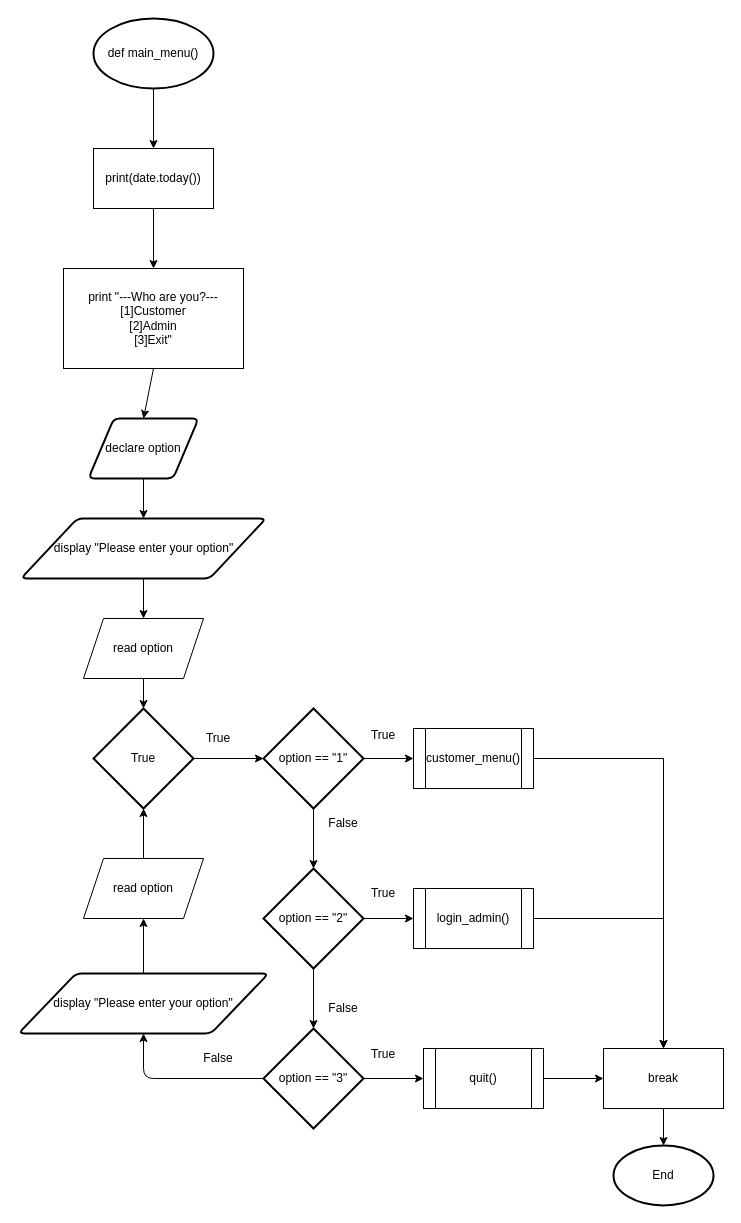
Above: page "main_menu()" (2 of 27) of Flowchart.drawio in LeeRenJie/python-assignment (draw.io), before the change. Source tidied: cells renumbered, new cells numbered last; positions are measured from the earlier drawing's top-left corner, leaving out a move shared by most shapes. Both pictures are drawn from the tidied source at 100%, with x=0, y=0 at pixel (18, 18).
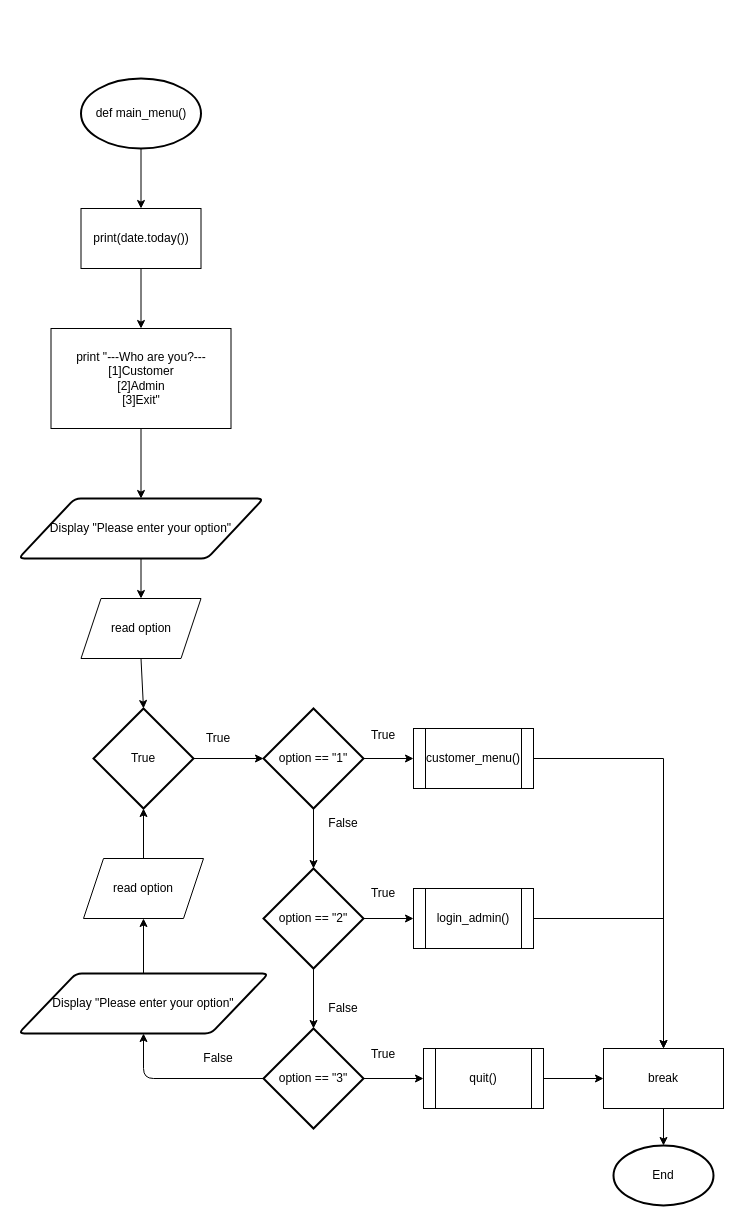
After the change.

The edit, as a diff of the source:
```diff
@@
     <mxCell id="2" value="def main_menu()" style="strokeWidth=2;html=1;shape=mxgraph.flowchart.start_1;whiteSpace=wrap;" parent="1" vertex="1">
-      <mxGeometry x="75" width="120" height="70" as="geometry" />
+      <mxGeometry x="62.5" y="60" width="120" height="70" as="geometry" />
     </mxCell>
@@
     <mxCell id="4" value="print(date.today())" style="rounded=0;whiteSpace=wrap;html=1;" parent="1" vertex="1">
-      <mxGeometry x="75" y="130" width="120" height="60" as="geometry" />
+      <mxGeometry x="62.5" y="190" width="120" height="60" as="geometry" />
     </mxCell>
+    <mxCell id="45" style="edgeStyle=orthogonalEdgeStyle;rounded=0;jettySize=auto;html=1;exitX=0.5;exitY=1;exitDx=0;exitDy=0;entryX=0.5;entryY=0;entryDx=0;entryDy=0;" parent="1" edge="1" source="5" target="34">
+      <mxGeometry relative="1" as="geometry" />
+    </mxCell>
     <mxCell id="5" value="print &quot;---Who are you?---&lt;br&gt;[1]Customer&lt;br&gt;[2]Admin&lt;br&gt;[3]Exit&quot;" style="rounded=0;whiteSpace=wrap;html=1;" parent="1" vertex="1">
-      <mxGeometry x="45" y="250" width="180" height="100" as="geometry" />
+      <mxGeometry x="32.5" y="310" width="180" height="100" as="geometry" />
     </mxCell>
     <mxCell id="6" value="read option" style="shape=parallelogram;perimeter=parallelogramPerimeter;whiteSpace=wrap;html=1;fixedSize=1;" parent="1" vertex="1">
-      <mxGeometry x="65" y="600" width="120" height="60" as="geometry" />
+      <mxGeometry x="62.5" y="580" width="120" height="60" as="geometry" />
     </mxCell>
@@
-    <mxCell id="27" style="endArrow=classic;html=1;exitX=0.5;exitY=1;exitDx=0;exitDy=0;entryX=0.5;entryY=0;entryDx=0;entryDy=0;" parent="1" edge="1" source="5" target="36">
-      <mxGeometry relative="1" as="geometry" />
-    </mxCell>
@@
-    <mxCell id="32" value="&lt;span&gt;display &quot;Please enter your option&quot;&lt;/span&gt;" style="shape=parallelogram;html=1;strokeWidth=2;perimeter=parallelogramPerimeter;whiteSpace=wrap;rounded=1;arcSize=12;size=0.23;fontSize=12;" parent="1" vertex="1">
+    <mxCell id="32" value="&lt;span&gt;Display &quot;Please enter your option&quot;&lt;/span&gt;" style="shape=parallelogram;html=1;strokeWidth=2;perimeter=parallelogramPerimeter;whiteSpace=wrap;rounded=1;arcSize=12;size=0.23;fontSize=12;" parent="1" vertex="1">
       <mxGeometry y="955" width="250" height="60" as="geometry" />
     </mxCell>
@@
-    <mxCell id="34" value="&lt;span&gt;display &quot;Please enter your option&quot;&lt;/span&gt;" style="shape=parallelogram;html=1;strokeWidth=2;perimeter=parallelogramPerimeter;whiteSpace=wrap;rounded=1;arcSize=12;size=0.23;fontSize=12;" parent="1" vertex="1">
-      <mxGeometry x="2.5" y="500" width="245" height="60" as="geometry" />
+    <mxCell id="34" value="&lt;span&gt;Display &quot;Please enter your option&quot;&lt;/span&gt;" style="shape=parallelogram;html=1;strokeWidth=2;perimeter=parallelogramPerimeter;whiteSpace=wrap;rounded=1;arcSize=12;size=0.23;fontSize=12;" parent="1" vertex="1">
+      <mxGeometry y="480" width="245" height="60" as="geometry" />
     </mxCell>
-    <mxCell id="35" style="edgeStyle=orthogonalEdgeStyle;rounded=0;jettySize=auto;html=1;" parent="1" edge="1" source="36" target="34">
-      <mxGeometry relative="1" as="geometry" />
-    </mxCell>
-    <mxCell id="36" value="&lt;span&gt;declare option&lt;/span&gt;" style="shape=parallelogram;html=1;strokeWidth=2;perimeter=parallelogramPerimeter;whiteSpace=wrap;rounded=1;arcSize=12;size=0.23;fontSize=12;" parent="1" vertex="1">
-      <mxGeometry x="70" y="400" width="110" height="60" as="geometry" />
-    </mxCell>
```
